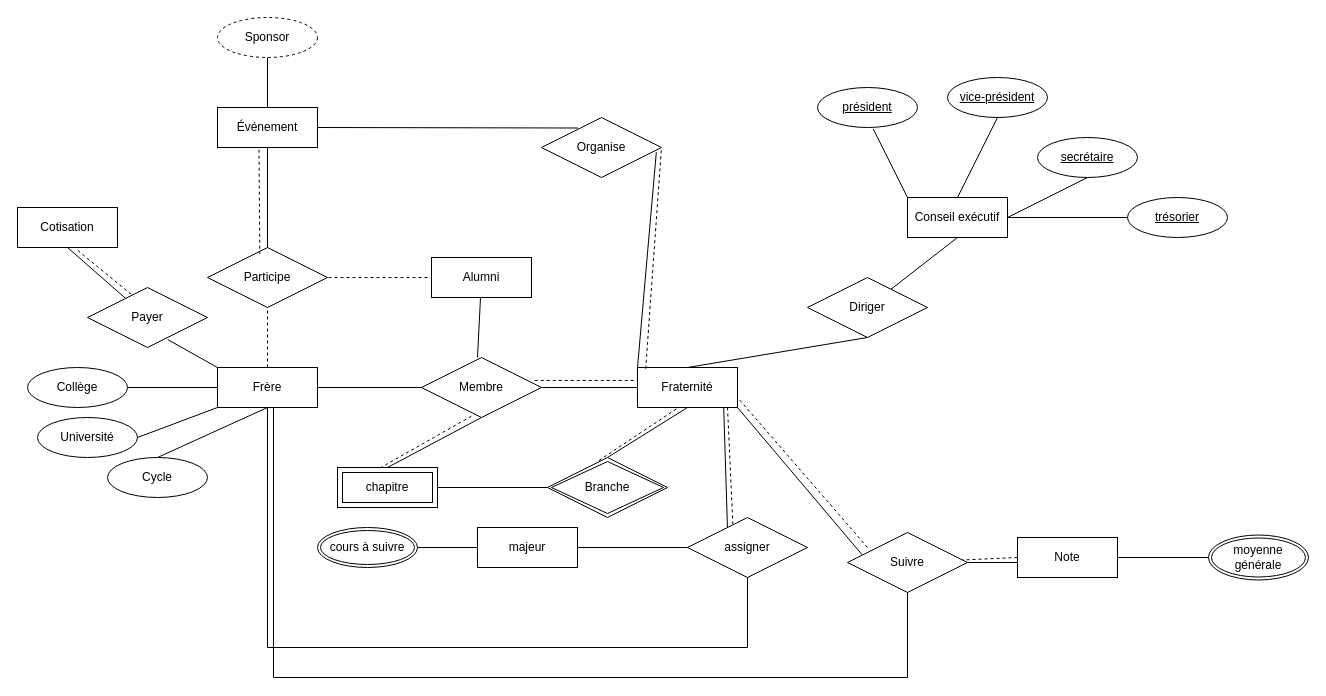
Earlier version of the draw.io diagram page "Question 3" (2 of 3) of IFT2935-devoir1.drawio (aloNe-G40/IFT2935-Devoir-1). Source tidied: cells renumbered, new cells numbered last; positions are measured from the earlier drawing's top-left corner, leaving out a move shared by most shapes. Both pictures are drawn from the tidied source at 100%, with x=0, y=0 at pixel (17, 17).
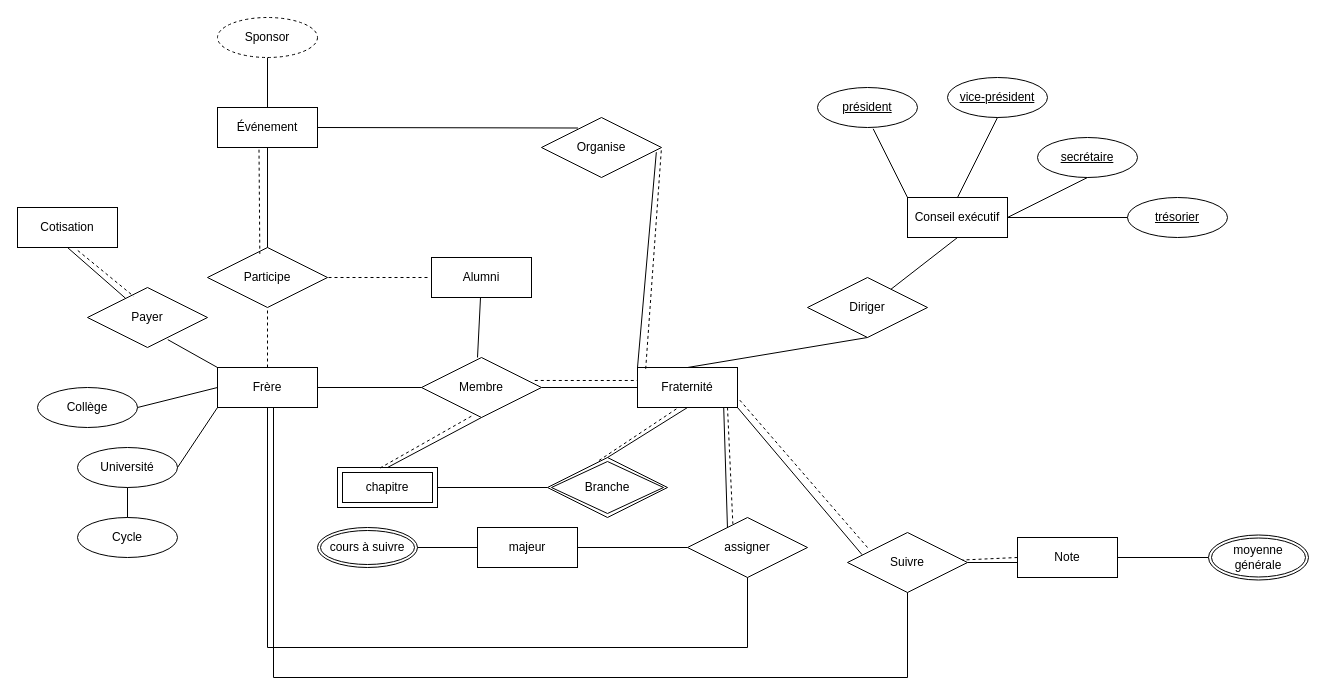
After the change.

Unchanged cells that the change refers to:
```xml
<mxCell id="3" value="Frère" style="whiteSpace=wrap;html=1;align=center;" parent="1" vertex="1">
  <mxGeometry x="200" y="350" width="100" height="40" as="geometry" />
</mxCell>
```

Change to the diagram source:
```diff
@@
     <mxCell id="38" value="Collège" style="ellipse;whiteSpace=wrap;html=1;align=center;" parent="1" vertex="1">
-      <mxGeometry x="10" y="350" width="100" height="40" as="geometry" />
+      <mxGeometry x="20" y="370" width="100" height="40" as="geometry" />
     </mxCell>
@@
     <mxCell id="40" value="Université" style="ellipse;whiteSpace=wrap;html=1;align=center;" parent="1" vertex="1">
-      <mxGeometry x="20" y="400" width="100" height="40" as="geometry" />
+      <mxGeometry x="60" y="430" width="100" height="40" as="geometry" />
     </mxCell>
@@
     <mxCell id="42" value="Cycle" style="ellipse;whiteSpace=wrap;html=1;align=center;" parent="1" vertex="1">
-      <mxGeometry x="90" y="440" width="100" height="40" as="geometry" />
+      <mxGeometry x="60" y="500" width="100" height="40" as="geometry" />
     </mxCell>
-    <mxCell id="43" style="endArrow=none;html=1;rounded=0;exitX=0.5;exitY=0;exitDx=0;exitDy=0;entryX=0.5;entryY=1;entryDx=0;entryDy=0;" parent="1" edge="1" source="42" target="3">
+    <mxCell id="43" style="endArrow=none;html=1;rounded=0;exitX=0.5;exitY=0;exitDx=0;exitDy=0;entryX=0.5;entryY=1;entryDx=0;entryDy=0;" parent="1" edge="1" source="42" target="40">
       <mxGeometry relative="1" as="geometry" />
     </mxCell>
```
